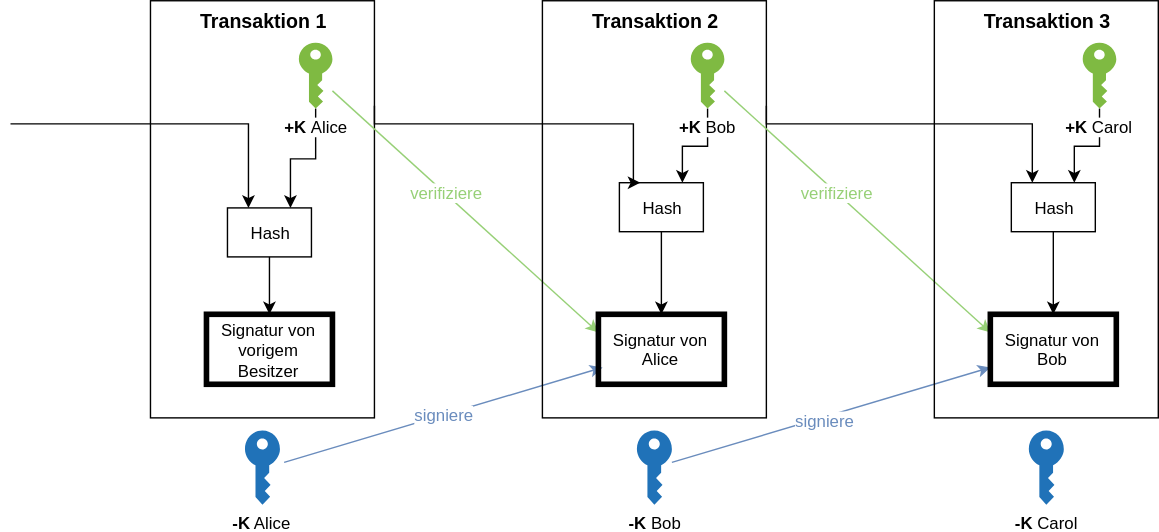
This is graphics/transaction.svg from qn0x/Bachelor-s-Thesis, a draw.io export, as it was before one commit. Source tidied: cells renumbered, new cells last; positions are measured from the earlier drawing's top-left corner, leaving out a move shared by most shapes.
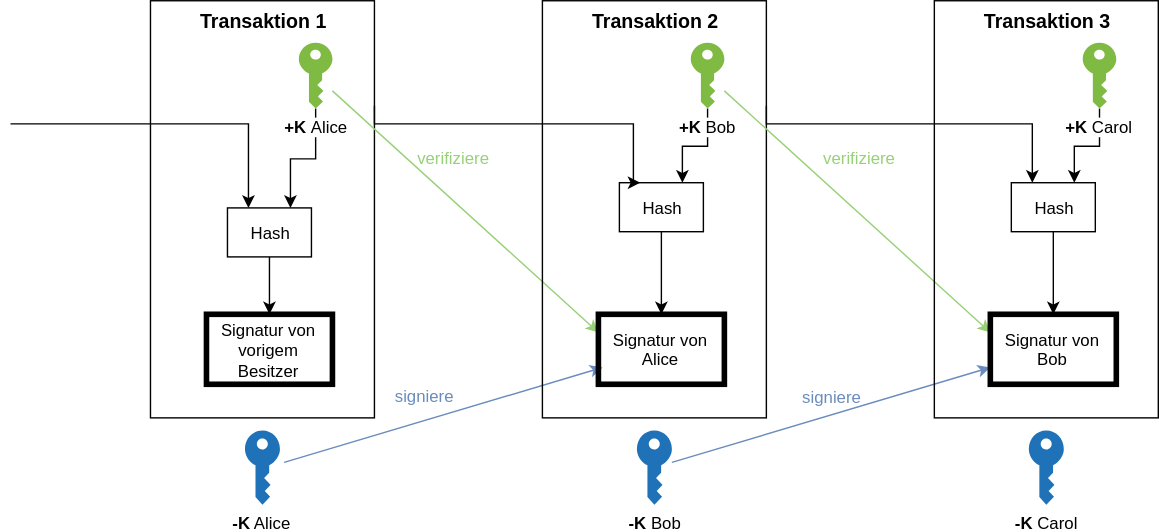
The same diagram one commit later.

What changed in the source:
```diff
@@ -17,8 +17,8 @@
     <mxCell id="4" value="&lt;font style=&quot;font-size: 14px&quot;&gt;&lt;b&gt;Transaktion 1&lt;/b&gt;&lt;/font&gt;" style="text;html=1;strokeColor=none;fillColor=none;align=center;verticalAlign=middle;whiteSpace=wrap;rounded=0;fontFamily=Helvetica;" parent="1" vertex="1">
       <mxGeometry x="100" width="160" height="28" as="geometry" />
     </mxCell>
-    <mxCell id="5" value="&lt;font style=&quot;font-size: 12px&quot; color=&quot;#6a8cbd&quot;&gt;signiere&lt;/font&gt;" style="edgeStyle=none;rounded=0;html=1;entryX=0;entryY=0.75;jettySize=auto;orthogonalLoop=1;fontFamily=Helvetica;fontColor=#99FFFF;strokeColor=#6A8CBD;" parent="1" edge="1">
-      <mxGeometry relative="1" as="geometry">
+    <mxCell id="5" value="&lt;font style=&quot;font-size: 12px&quot; color=&quot;#6a8cbd&quot;&gt;signiere&lt;/font&gt;" style="edgeStyle=none;rounded=0;html=1;entryX=0;entryY=0.75;jettySize=auto;orthogonalLoop=1;fontFamily=Helvetica;fontColor=#99FFFF;strokeColor=#6A8CBD;labelBackgroundColor=none;" parent="1" edge="1">
+      <mxGeometry x="-0.07" y="17" relative="1" as="geometry">
         <mxPoint x="195.5" y="329.8" as="sourcePoint" />
         <mxPoint x="423" y="262" as="targetPoint" />
       </mxGeometry>
@@ -32,8 +32,10 @@
     <mxCell id="8" style="html=1;entryX=0;entryY=0.25;jettySize=auto;fontFamily=Helvetica;fontColor=#97D077;rounded=0;strokeColor=#97D077;" parent="1" edge="1" source="10" target="27">
       <mxGeometry relative="1" as="geometry" />
     </mxCell>
-    <mxCell id="9" value="&lt;font&gt;verifiziere&lt;/font&gt;" style="text;html=1;align=center;verticalAlign=middle;labelBackgroundColor=#ffffff;fontFamily=Helvetica;fontColor=#97D077;" parent="8" vertex="1">
-      <mxGeometry x="-0.16" y="1" relative="1" as="geometry" />
+    <mxCell id="9" value="&lt;font&gt;verifiziere&lt;/font&gt;" style="text;html=1;align=center;verticalAlign=middle;labelBackgroundColor=none;fontFamily=Helvetica;fontColor=#97D077;" parent="8" vertex="1">
+      <mxGeometry x="-0.16" y="1" relative="1" as="geometry">
+        <mxPoint x="5.5" y="-24.5" as="offset" />
+      </mxGeometry>
     </mxCell>
     <mxCell id="10" value="&lt;font color=&quot;#000000&quot; style=&quot;background-color: rgb(255 , 255 , 255)&quot;&gt;&lt;b&gt;+K&amp;nbsp;&lt;/b&gt;&lt;span&gt;Alice&lt;/span&gt;&lt;/font&gt;" style="shadow=0;dashed=0;html=1;strokeColor=none;labelPosition=center;verticalLabelPosition=bottom;verticalAlign=top;outlineConnect=0;align=center;shape=mxgraph.office.security.key_permissions;fillColor=#7FBA42;fontColor=#99FFFF;fontFamily=Helvetica;" parent="1" vertex="1">
       <mxGeometry x="206" y="30" width="24" height="47" as="geometry" />
@@ -73,9 +75,9 @@
     <mxCell id="18" style="rounded=0;html=1;entryX=0;entryY=0.75;jettySize=auto;strokeColor=#6A8CBD;fontFamily=Helvetica;fontColor=#97D077;" parent="1" edge="1" source="20" target="36">
       <mxGeometry relative="1" as="geometry" />
     </mxCell>
-    <mxCell id="19" value="&lt;font color=&quot;#6a8cbd&quot;&gt;signiere&lt;/font&gt;" style="text;html=1;align=center;verticalAlign=middle;labelBackgroundColor=#ffffff;fontFamily=Helvetica;fontColor=#97D077;" parent="18" vertex="1">
+    <mxCell id="19" value="&lt;font color=&quot;#6a8cbd&quot;&gt;signiere&lt;/font&gt;" style="text;html=1;align=center;verticalAlign=middle;labelBackgroundColor=none;fontFamily=Helvetica;fontColor=#97D077;" parent="18" vertex="1">
       <mxGeometry x="-0.08" y="-1" relative="1" as="geometry">
-        <mxPoint x="4" as="offset" />
+        <mxPoint x="9" y="-17.5" as="offset" />
       </mxGeometry>
     </mxCell>
     <mxCell id="20" value="&lt;font color=&quot;#000000&quot;&gt;&lt;b&gt;-K &lt;/b&gt;Bob&lt;/font&gt;" style="shadow=0;dashed=0;html=1;strokeColor=none;labelPosition=center;verticalLabelPosition=bottom;verticalAlign=top;outlineConnect=0;align=center;shape=mxgraph.office.security.key_permissions;fillColor=#2072B8;fontColor=#99FFFF;fontFamily=Helvetica;" parent="1" vertex="1">
@@ -87,9 +89,9 @@
     <mxCell id="22" style="rounded=0;html=1;entryX=0;entryY=0.25;jettySize=auto;strokeColor=#97D077;fontFamily=Helvetica;fontColor=#97D077;" parent="1" edge="1" source="24" target="36">
       <mxGeometry relative="1" as="geometry" />
     </mxCell>
-    <mxCell id="23" value="verifiziere&lt;br&gt;" style="text;html=1;align=center;verticalAlign=middle;labelBackgroundColor=#ffffff;fontFamily=Helvetica;fontColor=#97D077;" parent="22" vertex="1">
+    <mxCell id="23" value="verifiziere&lt;br&gt;" style="text;html=1;align=center;verticalAlign=middle;labelBackgroundColor=none;fontFamily=Helvetica;fontColor=#97D077;" parent="22" vertex="1">
       <mxGeometry x="-0.14" y="-2" relative="1" as="geometry">
-        <mxPoint y="-3" as="offset" />
+        <mxPoint x="16" y="-28" as="offset" />
       </mxGeometry>
     </mxCell>
     <mxCell id="24" value="&lt;font color=&quot;#000000&quot; style=&quot;background-color: rgb(255 , 255 , 255)&quot;&gt;&lt;b&gt;+K &lt;/b&gt;Bob&lt;/font&gt;" style="shadow=0;dashed=0;html=1;strokeColor=none;labelPosition=center;verticalLabelPosition=bottom;verticalAlign=top;outlineConnect=0;align=center;shape=mxgraph.office.security.key_permissions;fillColor=#7FBA42;fontColor=#99FFFF;fontFamily=Helvetica;" parent="1" vertex="1">
```
